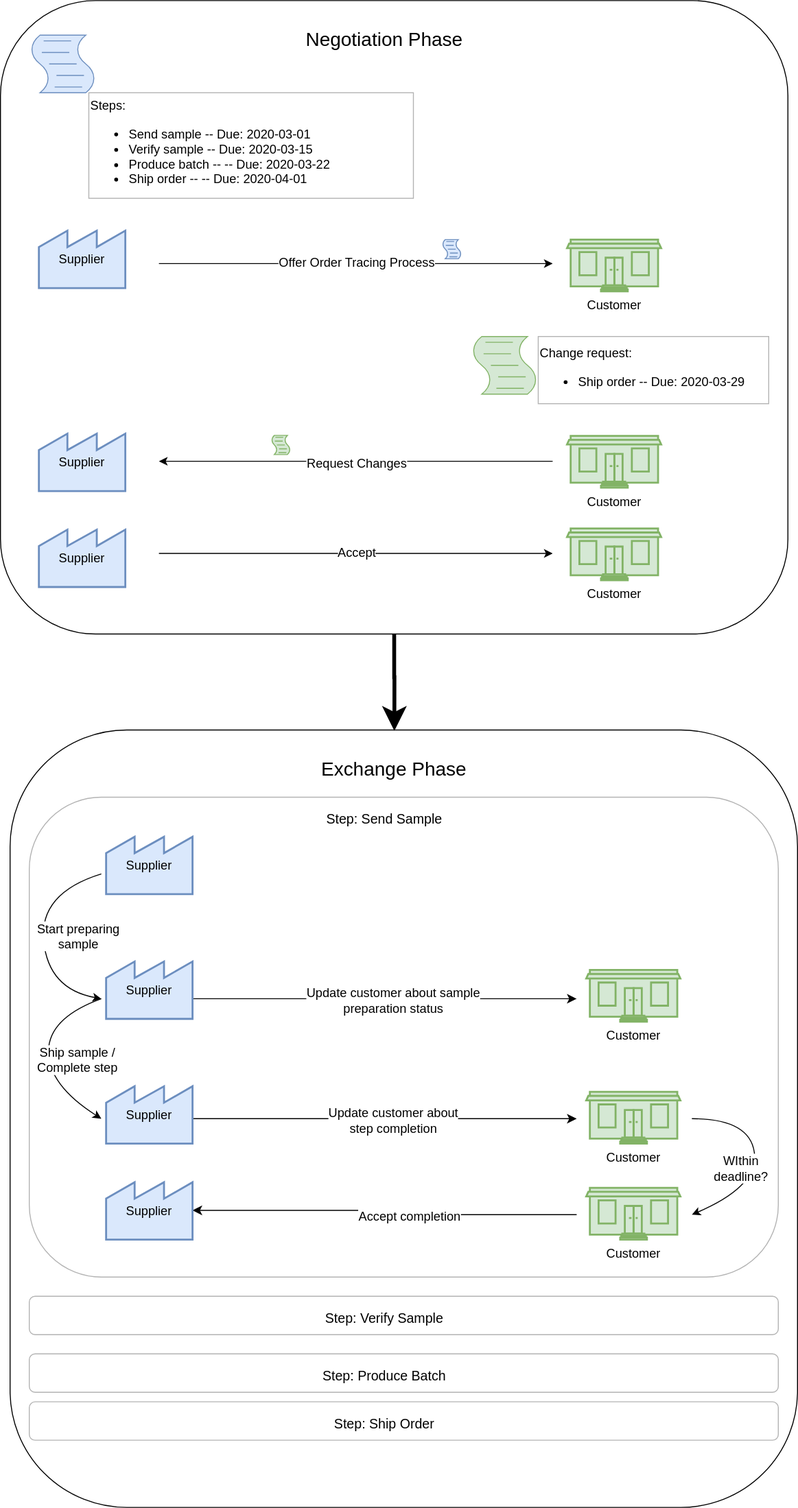
The draw.io diagram Negotiated Credential Exchange Protocol/img/order_tracing_tutorial.svg in evannetwork/public-concepts, before a commit. Source tidied: cells renumbered, new cells last; positions are measured from the earlier drawing's top-left corner, leaving out a move shared by most shapes.
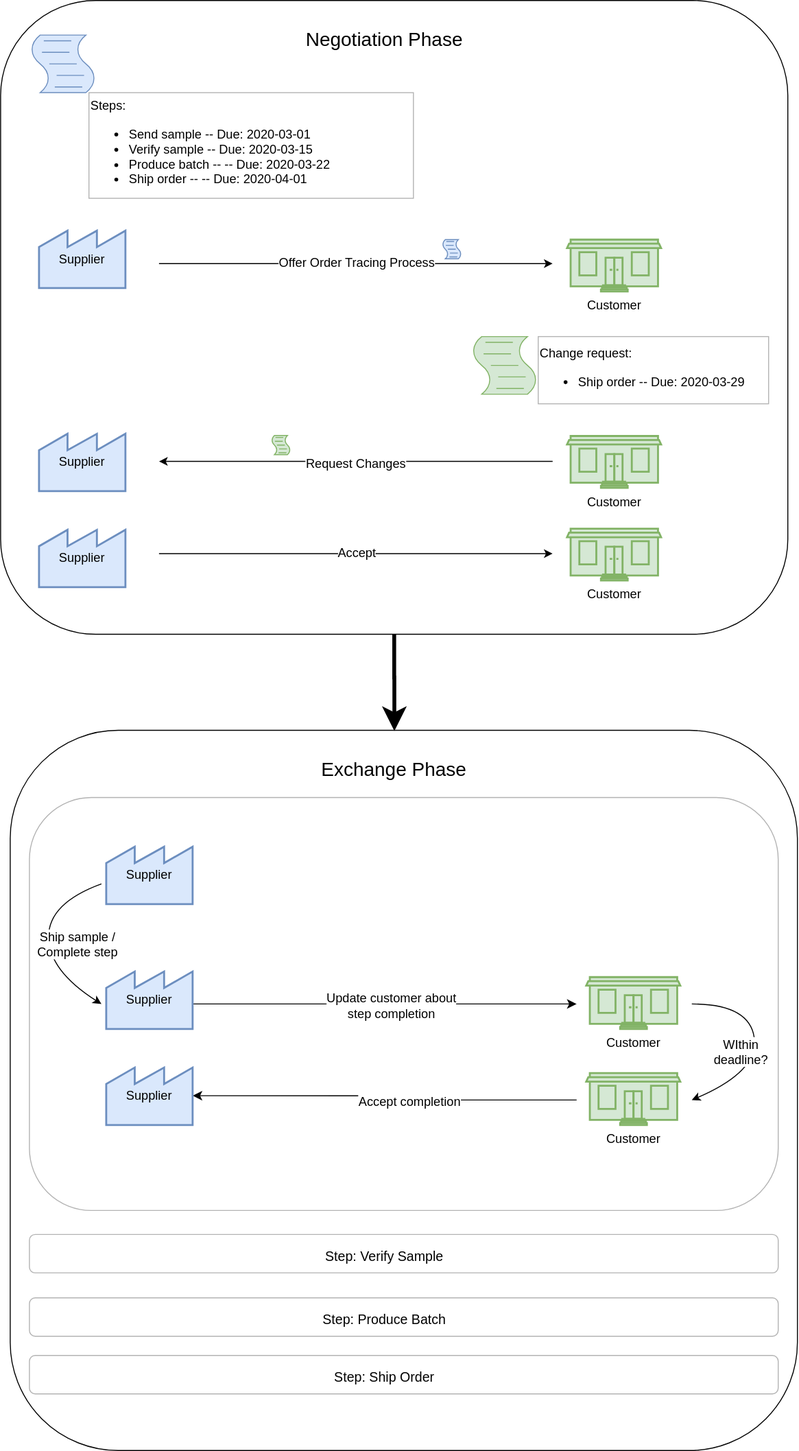
The same diagram one commit later.

Change to the diagram source:
```diff
@@ -2,45 +2,45 @@
   <root>
     <mxCell id="0" />
     <mxCell id="1" parent="0" />
-    <mxCell id="2" style="rounded=1;whiteSpace=wrap;html=1;fontSize=20;" parent="1" vertex="1">
-      <mxGeometry x="10" y="760" width="820" height="810" as="geometry" />
-    </mxCell>
-    <mxCell id="3" style="rounded=1;whiteSpace=wrap;html=1;strokeColor=#B3B3B3;fillColor=none;fontSize=13;" parent="1" vertex="1">
-      <mxGeometry x="30" y="830" width="780" height="500" as="geometry" />
-    </mxCell>
-    <mxCell id="4" style="edgeStyle=orthogonalEdgeStyle;rounded=0;jettySize=auto;html=1;entryX=0.488;entryY=0.001;entryDx=0;entryDy=0;entryPerimeter=0;fontSize=20;endSize=13;startSize=13;jumpSize=13;strokeWidth=4;" parent="1" edge="1" source="5" target="2">
-      <mxGeometry relative="1" as="geometry" />
-    </mxCell>
+    <mxCell id="51" style="rounded=1;whiteSpace=wrap;html=1;fontSize=20;" parent="1" vertex="1">
+      <mxGeometry x="10" y="760" width="820" height="750" as="geometry" />
+    </mxCell>
+    <mxCell id="52" style="rounded=1;whiteSpace=wrap;html=1;strokeColor=#B3B3B3;fillColor=none;fontSize=13;" parent="1" vertex="1">
+      <mxGeometry x="30" y="830" width="780" height="430" as="geometry" />
+    </mxCell>
+    <mxCell id="53" style="edgeStyle=orthogonalEdgeStyle;rounded=0;jettySize=auto;html=1;entryX=0.488;entryY=0.001;entryDx=0;entryDy=0;entryPerimeter=0;fontSize=20;endSize=13;startSize=13;jumpSize=13;strokeWidth=4;" parent="1" edge="1" source="5" target="51">
+      <mxGeometry relative="1" as="geometry" />
+    </mxCell>
     <mxCell id="5" style="rounded=1;whiteSpace=wrap;html=1;fontSize=20;" parent="1" vertex="1">
       <mxGeometry width="820" height="660" as="geometry" />
     </mxCell>
     <mxCell id="6" value="Negotiation Phase" style="text;html=1;strokeColor=none;fillColor=none;align=center;verticalAlign=middle;whiteSpace=wrap;rounded=0;fontSize=20;" parent="1" vertex="1">
       <mxGeometry x="290" y="30" width="220" height="20" as="geometry" />
     </mxCell>
-    <mxCell id="7" style="edgeStyle=orthogonalEdgeStyle;rounded=0;orthogonalLoop=1;jettySize=auto;html=1;entryX=0;entryY=0.5;entryDx=0;entryDy=0;fontSize=20;" parent="1" edge="1">
-      <mxGeometry relative="1" as="geometry">
-        <mxPoint x="165" y="274" as="sourcePoint" />
-        <mxPoint x="575" y="274" as="targetPoint" />
-      </mxGeometry>
-    </mxCell>
+    <mxCell id="54" style="edgeStyle=orthogonalEdgeStyle;rounded=0;orthogonalLoop=1;jettySize=auto;html=1;entryX=0;entryY=0.5;entryDx=0;entryDy=0;fontSize=20;" parent="1" edge="1">
+      <mxGeometry relative="1" as="geometry">
+        <mxPoint x="165" y="274" as="sourcePoint" />
+        <mxPoint x="575" y="274" as="targetPoint" />
+      </mxGeometry>
+    </mxCell>
     <mxCell id="8" value="&lt;font style=&quot;font-size: 13px&quot;&gt;Offer Order Tracing Process&lt;/font&gt;" style="edgeLabel;html=1;align=center;verticalAlign=middle;fontSize=20;" parent="1" vertex="1">
       <mxGeometry x="370" y="269" as="geometry" />
     </mxCell>
-    <mxCell id="9" style="edgeStyle=orthogonalEdgeStyle;rounded=0;orthogonalLoop=1;jettySize=auto;html=1;entryX=1;entryY=0.625;entryDx=0;entryDy=0;entryPerimeter=0;fontSize=20;" parent="1" edge="1">
-      <mxGeometry relative="1" as="geometry">
-        <mxPoint x="575" y="480" as="sourcePoint" />
-        <mxPoint x="165" y="480" as="targetPoint" />
-      </mxGeometry>
-    </mxCell>
+    <mxCell id="55" style="edgeStyle=orthogonalEdgeStyle;rounded=0;orthogonalLoop=1;jettySize=auto;html=1;entryX=1;entryY=0.625;entryDx=0;entryDy=0;entryPerimeter=0;fontSize=20;" parent="1" edge="1">
+      <mxGeometry relative="1" as="geometry">
+        <mxPoint x="575" y="480" as="sourcePoint" />
+        <mxPoint x="165" y="480" as="targetPoint" />
+      </mxGeometry>
+    </mxCell>
-    <mxCell id="10" value="&lt;font style=&quot;font-size: 13px&quot;&gt;Request Changes&lt;/font&gt;" style="edgeLabel;html=1;align=center;verticalAlign=middle;fontSize=20;" parent="9" vertex="1">
+    <mxCell id="10" value="&lt;font style=&quot;font-size: 13px&quot;&gt;Request Changes&lt;/font&gt;" style="edgeLabel;html=1;align=center;verticalAlign=middle;fontSize=20;" parent="55" vertex="1">
       <mxGeometry y="-2" relative="1" as="geometry" />
     </mxCell>
-    <mxCell id="11" style="edgeStyle=orthogonalEdgeStyle;rounded=0;orthogonalLoop=1;jettySize=auto;html=1;entryX=0;entryY=0.5;entryDx=0;entryDy=0;fontSize=20;" parent="1" edge="1">
-      <mxGeometry relative="1" as="geometry">
-        <mxPoint x="165" y="576" as="sourcePoint" />
-        <mxPoint x="575" y="576" as="targetPoint" />
-      </mxGeometry>
-    </mxCell>
+    <mxCell id="56" style="edgeStyle=orthogonalEdgeStyle;rounded=0;orthogonalLoop=1;jettySize=auto;html=1;entryX=0;entryY=0.5;entryDx=0;entryDy=0;fontSize=20;" parent="1" edge="1">
+      <mxGeometry relative="1" as="geometry">
+        <mxPoint x="165" y="576" as="sourcePoint" />
+        <mxPoint x="575" y="576" as="targetPoint" />
+      </mxGeometry>
+    </mxCell>
     <mxCell id="12" value="&lt;font style=&quot;font-size: 13px&quot;&gt;Accept&lt;/font&gt;" style="edgeLabel;html=1;align=center;verticalAlign=middle;fontSize=20;" parent="1" vertex="1">
       <mxGeometry x="370" y="571" as="geometry" />
     </mxCell>
@@ -62,68 +62,44 @@
     <mxCell id="18" style="shape=mxgraph.bpmn.script_task;html=1;strokeColor=#82b366;fillColor=#d5e8d4;fontSize=20;" parent="1" vertex="1">
       <mxGeometry x="282" y="453" width="20" height="20" as="geometry" />
     </mxCell>
-    <mxCell id="19" style="edgeStyle=orthogonalEdgeStyle;rounded=0;jumpSize=13;orthogonalLoop=1;jettySize=auto;html=1;entryX=0;entryY=0.5;entryDx=0;entryDy=0;startSize=7;endSize=7;strokeWidth=1;fontSize=13;" parent="1" edge="1">
-      <mxGeometry relative="1" as="geometry">
-        <mxPoint x="165" y="1040" as="sourcePoint" />
-        <mxPoint x="600" y="1040" as="targetPoint" />
-      </mxGeometry>
-    </mxCell>
-    <mxCell id="20" value="Update customer about sample &lt;br&gt;preparation status" style="edgeLabel;html=1;align=center;verticalAlign=middle;fontSize=13;" parent="19" vertex="1">
-      <mxGeometry x="0.11" y="-1" relative="1" as="geometry" />
-    </mxCell>
-    <mxCell id="21" style="curved=1;endArrow=classic;html=1;strokeWidth=1;fontSize=20;exitX=0;exitY=0.5;exitDx=0;exitDy=0;entryX=0;entryY=0.5;entryDx=0;entryDy=0;" parent="1" edge="1">
-      <mxGeometry relative="1" as="geometry">
-        <mxPoint x="105" y="910" as="sourcePoint" />
-        <mxPoint x="105" y="1040" as="targetPoint" />
-        <Array as="points">
-          <mxPoint x="40" y="930" />
-          <mxPoint x="50" y="1030" />
-        </Array>
-      </mxGeometry>
-    </mxCell>
-    <mxCell id="22" value="Start preparing&lt;br&gt;sample" style="edgeLabel;html=1;align=center;verticalAlign=middle;fontSize=13;" parent="21" vertex="1">
-      <mxGeometry y="4" relative="1" as="geometry">
-        <mxPoint x="31.6" as="offset" />
-      </mxGeometry>
-    </mxCell>
-    <mxCell id="23" style="edgeStyle=orthogonalEdgeStyle;rounded=0;jumpSize=13;orthogonalLoop=1;jettySize=auto;html=1;entryX=0;entryY=0.5;entryDx=0;entryDy=0;startSize=7;endSize=7;strokeWidth=1;fontSize=13;" parent="1" edge="1">
-      <mxGeometry relative="1" as="geometry">
-        <mxPoint x="165" y="1165" as="sourcePoint" />
-        <mxPoint x="600" y="1165" as="targetPoint" />
-      </mxGeometry>
-    </mxCell>
+    <mxCell id="57" style="edgeStyle=orthogonalEdgeStyle;rounded=0;jumpSize=13;orthogonalLoop=1;jettySize=auto;html=1;entryX=0;entryY=0.5;entryDx=0;entryDy=0;startSize=7;endSize=7;strokeWidth=1;fontSize=13;" parent="1" edge="1">
+      <mxGeometry relative="1" as="geometry">
+        <mxPoint x="165" y="1045" as="sourcePoint" />
+        <mxPoint x="600" y="1045" as="targetPoint" />
+      </mxGeometry>
+    </mxCell>
-    <mxCell id="24" value="Update customer about&lt;br&gt;step completion" style="edgeLabel;html=1;align=center;verticalAlign=middle;fontSize=13;" parent="23" vertex="1">
+    <mxCell id="24" value="Update customer about&lt;br&gt;step completion" style="edgeLabel;html=1;align=center;verticalAlign=middle;fontSize=13;" parent="57" vertex="1">
       <mxGeometry x="0.11" y="-1" relative="1" as="geometry" />
     </mxCell>
     <mxCell id="25" value="Ship sample /&lt;br&gt;Complete step" style="curved=1;endArrow=classic;html=1;strokeWidth=1;fontSize=13;entryX=0;entryY=0.5;entryDx=0;entryDy=0;exitX=0;exitY=0.5;exitDx=0;exitDy=0;" parent="1" edge="1">
       <mxGeometry x="0.05" y="30" relative="1" as="geometry">
-        <mxPoint x="105" y="1040" as="sourcePoint" />
-        <mxPoint x="105" y="1165" as="targetPoint" />
+        <mxPoint x="105" y="920" as="sourcePoint" />
+        <mxPoint x="105" y="1045" as="targetPoint" />
         <Array as="points">
-          <mxPoint x="50" y="1060" />
-          <mxPoint x="50" y="1130" />
+          <mxPoint x="50" y="940" />
+          <mxPoint x="50" y="1010" />
         </Array>
       </mxGeometry>
     </mxCell>
-    <mxCell id="26" style="edgeStyle=orthogonalEdgeStyle;rounded=0;jumpSize=13;jettySize=auto;html=1;entryX=1;entryY=0.5;entryDx=0;entryDy=0;startSize=7;endSize=7;strokeWidth=1;fontSize=13;" parent="1" edge="1" target="44">
-      <mxGeometry relative="1" as="geometry">
-        <mxPoint x="600" y="1265" as="sourcePoint" />
-      </mxGeometry>
-    </mxCell>
+    <mxCell id="58" style="edgeStyle=orthogonalEdgeStyle;rounded=0;jumpSize=13;jettySize=auto;html=1;entryX=1;entryY=0.5;entryDx=0;entryDy=0;startSize=7;endSize=7;strokeWidth=1;fontSize=13;" parent="1" edge="1" target="65">
+      <mxGeometry relative="1" as="geometry">
+        <mxPoint x="600" y="1145" as="sourcePoint" />
+      </mxGeometry>
+    </mxCell>
-    <mxCell id="27" value="Accept completion" style="edgeLabel;html=1;align=center;verticalAlign=middle;fontSize=13;" parent="26" vertex="1">
+    <mxCell id="27" value="Accept completion" style="edgeLabel;html=1;align=center;verticalAlign=middle;fontSize=13;" parent="58" vertex="1">
       <mxGeometry x="-0.14" y="1" relative="1" as="geometry" />
     </mxCell>
-    <mxCell id="28" style="curved=1;endArrow=classic;html=1;strokeWidth=1;fontSize=13;exitX=1;exitY=0.5;exitDx=0;exitDy=0;entryX=1;entryY=0.5;entryDx=0;entryDy=0;" parent="1" edge="1">
-      <mxGeometry relative="1" as="geometry">
-        <mxPoint x="720" y="1165" as="sourcePoint" />
-        <mxPoint x="720" y="1265" as="targetPoint" />
-        <Array as="points">
-          <mxPoint x="780" y="1165" />
-          <mxPoint x="790" y="1235" />
-        </Array>
-      </mxGeometry>
-    </mxCell>
+    <mxCell id="59" style="curved=1;endArrow=classic;html=1;strokeWidth=1;fontSize=13;exitX=1;exitY=0.5;exitDx=0;exitDy=0;entryX=1;entryY=0.5;entryDx=0;entryDy=0;" parent="1" edge="1">
+      <mxGeometry relative="1" as="geometry">
+        <mxPoint x="720" y="1045" as="sourcePoint" />
+        <mxPoint x="720" y="1145" as="targetPoint" />
+        <Array as="points">
+          <mxPoint x="780" y="1045" />
+          <mxPoint x="790" y="1115" />
+        </Array>
+      </mxGeometry>
+    </mxCell>
-    <mxCell id="29" value="WIthin&lt;br&gt;deadline?" style="edgeLabel;html=1;align=center;verticalAlign=middle;fontSize=13;" parent="28" vertex="1">
+    <mxCell id="29" value="WIthin&lt;br&gt;deadline?" style="edgeLabel;html=1;align=center;verticalAlign=middle;fontSize=13;" parent="59" vertex="1">
       <mxGeometry x="0.05" y="-5" relative="1" as="geometry">
         <mxPoint x="-12" y="0.8" as="offset" />
       </mxGeometry>
@@ -131,26 +107,23 @@
     <mxCell id="30" value="Exchange Phase" style="text;html=1;strokeColor=none;fillColor=none;align=center;verticalAlign=middle;whiteSpace=wrap;rounded=0;fontSize=20;" parent="1" vertex="1">
       <mxGeometry x="300" y="790" width="220" height="20" as="geometry" />
     </mxCell>
-    <mxCell id="31" value="&lt;font style=&quot;font-size: 14px&quot;&gt;Step: Send Sample&lt;/font&gt;" style="text;html=1;strokeColor=none;fillColor=none;align=center;verticalAlign=middle;whiteSpace=wrap;rounded=0;fontSize=20;" parent="1" vertex="1">
-      <mxGeometry x="290" y="840" width="220" height="20" as="geometry" />
-    </mxCell>
-    <mxCell id="32" style="rounded=1;whiteSpace=wrap;html=1;strokeColor=#B3B3B3;fillColor=none;fontSize=13;" parent="1" vertex="1">
-      <mxGeometry x="30" y="1350" width="780" height="40" as="geometry" />
-    </mxCell>
+    <mxCell id="60" style="rounded=1;whiteSpace=wrap;html=1;strokeColor=#B3B3B3;fillColor=none;fontSize=13;" parent="1" vertex="1">
+      <mxGeometry x="30" y="1285" width="780" height="40" as="geometry" />
+    </mxCell>
     <mxCell id="33" value="&lt;font style=&quot;font-size: 14px&quot;&gt;Step: Verify Sample&lt;/font&gt;" style="text;html=1;strokeColor=none;fillColor=none;align=center;verticalAlign=middle;whiteSpace=wrap;rounded=0;fontSize=20;" parent="1" vertex="1">
-      <mxGeometry x="290" y="1360" width="220" height="20" as="geometry" />
+      <mxGeometry x="290" y="1295" width="220" height="20" as="geometry" />
     </mxCell>
-    <mxCell id="34" style="rounded=1;whiteSpace=wrap;html=1;strokeColor=#B3B3B3;fillColor=none;fontSize=13;" parent="1" vertex="1">
-      <mxGeometry x="30" y="1410" width="780" height="40" as="geometry" />
-    </mxCell>
+    <mxCell id="61" style="rounded=1;whiteSpace=wrap;html=1;strokeColor=#B3B3B3;fillColor=none;fontSize=13;" parent="1" vertex="1">
+      <mxGeometry x="30" y="1351" width="780" height="40" as="geometry" />
+    </mxCell>
     <mxCell id="35" value="&lt;font style=&quot;font-size: 14px&quot;&gt;Step: Produce Batch&lt;/font&gt;" style="text;html=1;strokeColor=none;fillColor=none;align=center;verticalAlign=middle;whiteSpace=wrap;rounded=0;fontSize=20;" parent="1" vertex="1">
-      <mxGeometry x="290" y="1420" width="220" height="20" as="geometry" />
+      <mxGeometry x="290" y="1361" width="220" height="20" as="geometry" />
     </mxCell>
-    <mxCell id="36" style="rounded=1;whiteSpace=wrap;html=1;strokeColor=#B3B3B3;fillColor=none;fontSize=13;" parent="1" vertex="1">
-      <mxGeometry x="30" y="1460" width="780" height="40" as="geometry" />
-    </mxCell>
+    <mxCell id="62" style="rounded=1;whiteSpace=wrap;html=1;strokeColor=#B3B3B3;fillColor=none;fontSize=13;" parent="1" vertex="1">
+      <mxGeometry x="30" y="1411" width="780" height="40" as="geometry" />
+    </mxCell>
     <mxCell id="37" value="&lt;font style=&quot;font-size: 14px&quot;&gt;Step: Ship Order&lt;/font&gt;" style="text;html=1;strokeColor=none;fillColor=none;align=center;verticalAlign=middle;whiteSpace=wrap;rounded=0;fontSize=20;" parent="1" vertex="1">
-      <mxGeometry x="290" y="1470" width="220" height="20" as="geometry" />
+      <mxGeometry x="290" y="1421" width="220" height="20" as="geometry" />
     </mxCell>
     <mxCell id="38" value="Supplier" style="strokeWidth=2;html=1;shape=mxgraph.lean_mapping.outside_sources;whiteSpace=wrap;align=center;fillColor=#dae8fc;fontSize=13;strokeColor=#6c8ebf;" parent="1" vertex="1">
       <mxGeometry x="40" y="238.5" width="90" height="61" as="geometry" />
@@ -158,21 +131,18 @@
     <mxCell id="39" value="Supplier" style="strokeWidth=2;html=1;shape=mxgraph.lean_mapping.outside_sources;whiteSpace=wrap;align=center;fillColor=#dae8fc;fontSize=13;strokeColor=#6c8ebf;" parent="1" vertex="1">
       <mxGeometry x="40" y="450" width="90" height="61" as="geometry" />
     </mxCell>
-    <mxCell id="40" value="Supplier" style="strokeWidth=2;html=1;shape=mxgraph.lean_mapping.outside_sources;whiteSpace=wrap;align=center;fillColor=#dae8fc;fontSize=13;strokeColor=#6c8ebf;" parent="1" vertex="1">
-      <mxGeometry x="110" y="870" width="90" height="61" as="geometry" />
-    </mxCell>
-    <mxCell id="41" value="Supplier" style="strokeWidth=2;html=1;shape=mxgraph.lean_mapping.outside_sources;whiteSpace=wrap;align=center;fillColor=#dae8fc;fontSize=13;strokeColor=#6c8ebf;" parent="1" vertex="1">
-      <mxGeometry x="110" y="1000" width="90" height="61" as="geometry" />
-    </mxCell>
+    <mxCell id="63" value="Supplier" style="strokeWidth=2;html=1;shape=mxgraph.lean_mapping.outside_sources;whiteSpace=wrap;align=center;fillColor=#dae8fc;fontSize=13;strokeColor=#6c8ebf;" parent="1" vertex="1">
+      <mxGeometry x="110" y="880" width="90" height="61" as="geometry" />
+    </mxCell>
     <mxCell id="42" value="Supplier" style="strokeWidth=2;html=1;shape=mxgraph.lean_mapping.outside_sources;whiteSpace=wrap;align=center;fillColor=#dae8fc;fontSize=13;strokeColor=#6c8ebf;" parent="1" vertex="1">
       <mxGeometry x="40" y="550" width="90" height="61" as="geometry" />
     </mxCell>
-    <mxCell id="43" value="Supplier" style="strokeWidth=2;html=1;shape=mxgraph.lean_mapping.outside_sources;whiteSpace=wrap;align=center;fillColor=#dae8fc;fontSize=13;strokeColor=#6c8ebf;" parent="1" vertex="1">
-      <mxGeometry x="110" y="1130" width="90" height="61" as="geometry" />
-    </mxCell>
-    <mxCell id="44" value="Supplier" style="strokeWidth=2;html=1;shape=mxgraph.lean_mapping.outside_sources;whiteSpace=wrap;align=center;fillColor=#dae8fc;fontSize=13;strokeColor=#6c8ebf;" parent="1" vertex="1">
-      <mxGeometry x="110" y="1230" width="90" height="61" as="geometry" />
-    </mxCell>
+    <mxCell id="64" value="Supplier" style="strokeWidth=2;html=1;shape=mxgraph.lean_mapping.outside_sources;whiteSpace=wrap;align=center;fillColor=#dae8fc;fontSize=13;strokeColor=#6c8ebf;" parent="1" vertex="1">
+      <mxGeometry x="110" y="1010" width="90" height="61" as="geometry" />
+    </mxCell>
+    <mxCell id="65" value="Supplier" style="strokeWidth=2;html=1;shape=mxgraph.lean_mapping.outside_sources;whiteSpace=wrap;align=center;fillColor=#dae8fc;fontSize=13;strokeColor=#6c8ebf;" parent="1" vertex="1">
+      <mxGeometry x="110" y="1110" width="90" height="61" as="geometry" />
+    </mxCell>
     <mxCell id="45" value="Customer" style="shape=mxgraph.cisco.buildings.small_business;html=1;dashed=0;fillColor=#d5e8d4;strokeColor=#82b366;strokeWidth=2;verticalLabelPosition=bottom;verticalAlign=top;fontSize=13;" parent="1" vertex="1">
       <mxGeometry x="590" y="249" width="98" height="54" as="geometry" />
     </mxCell>
@@ -182,14 +152,11 @@
     <mxCell id="47" value="Customer" style="shape=mxgraph.cisco.buildings.small_business;html=1;dashed=0;fillColor=#d5e8d4;strokeColor=#82b366;strokeWidth=2;verticalLabelPosition=bottom;verticalAlign=top;fontSize=13;" parent="1" vertex="1">
       <mxGeometry x="590" y="550" width="98" height="54" as="geometry" />
     </mxCell>
-    <mxCell id="48" value="Customer" style="shape=mxgraph.cisco.buildings.small_business;html=1;dashed=0;fillColor=#d5e8d4;strokeColor=#82b366;strokeWidth=2;verticalLabelPosition=bottom;verticalAlign=top;fontSize=13;" parent="1" vertex="1">
-      <mxGeometry x="610" y="1010" width="98" height="54" as="geometry" />
-    </mxCell>
-    <mxCell id="49" value="Customer" style="shape=mxgraph.cisco.buildings.small_business;html=1;dashed=0;fillColor=#d5e8d4;strokeColor=#82b366;strokeWidth=2;verticalLabelPosition=bottom;verticalAlign=top;fontSize=13;" parent="1" vertex="1">
-      <mxGeometry x="610" y="1137" width="98" height="54" as="geometry" />
-    </mxCell>
-    <mxCell id="50" value="Customer" style="shape=mxgraph.cisco.buildings.small_business;html=1;dashed=0;fillColor=#d5e8d4;strokeColor=#82b366;strokeWidth=2;verticalLabelPosition=bottom;verticalAlign=top;fontSize=13;" parent="1" vertex="1">
-      <mxGeometry x="610" y="1237" width="98" height="54" as="geometry" />
-    </mxCell>
+    <mxCell id="66" value="Customer" style="shape=mxgraph.cisco.buildings.small_business;html=1;dashed=0;fillColor=#d5e8d4;strokeColor=#82b366;strokeWidth=2;verticalLabelPosition=bottom;verticalAlign=top;fontSize=13;" parent="1" vertex="1">
+      <mxGeometry x="610" y="1017" width="98" height="54" as="geometry" />
+    </mxCell>
+    <mxCell id="67" value="Customer" style="shape=mxgraph.cisco.buildings.small_business;html=1;dashed=0;fillColor=#d5e8d4;strokeColor=#82b366;strokeWidth=2;verticalLabelPosition=bottom;verticalAlign=top;fontSize=13;" parent="1" vertex="1">
+      <mxGeometry x="610" y="1117" width="98" height="54" as="geometry" />
+    </mxCell>
   </root>
 </mxGraphModel>
```
